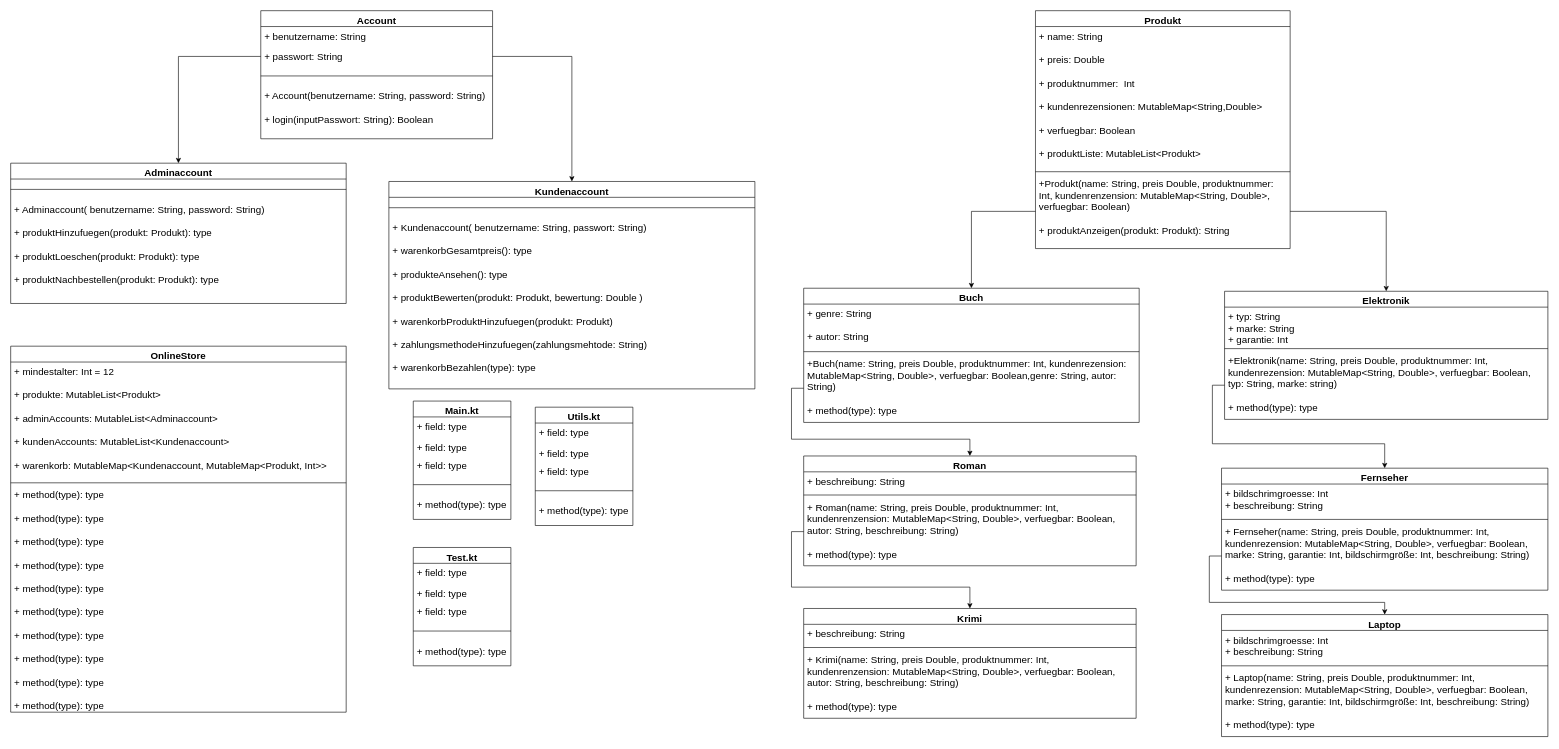
The draw.io diagram Abschlussprojekt Store.drawio in BischofDennis/BischofDennis, before the edit. Source tidied: cells renumbered, new cells numbered last; positions are measured from the earlier drawing's top-left corner, leaving out a move shared by most shapes. Both pictures are drawn from the tidied source at 61%, with x=0, y=0 at pixel (10, 10).
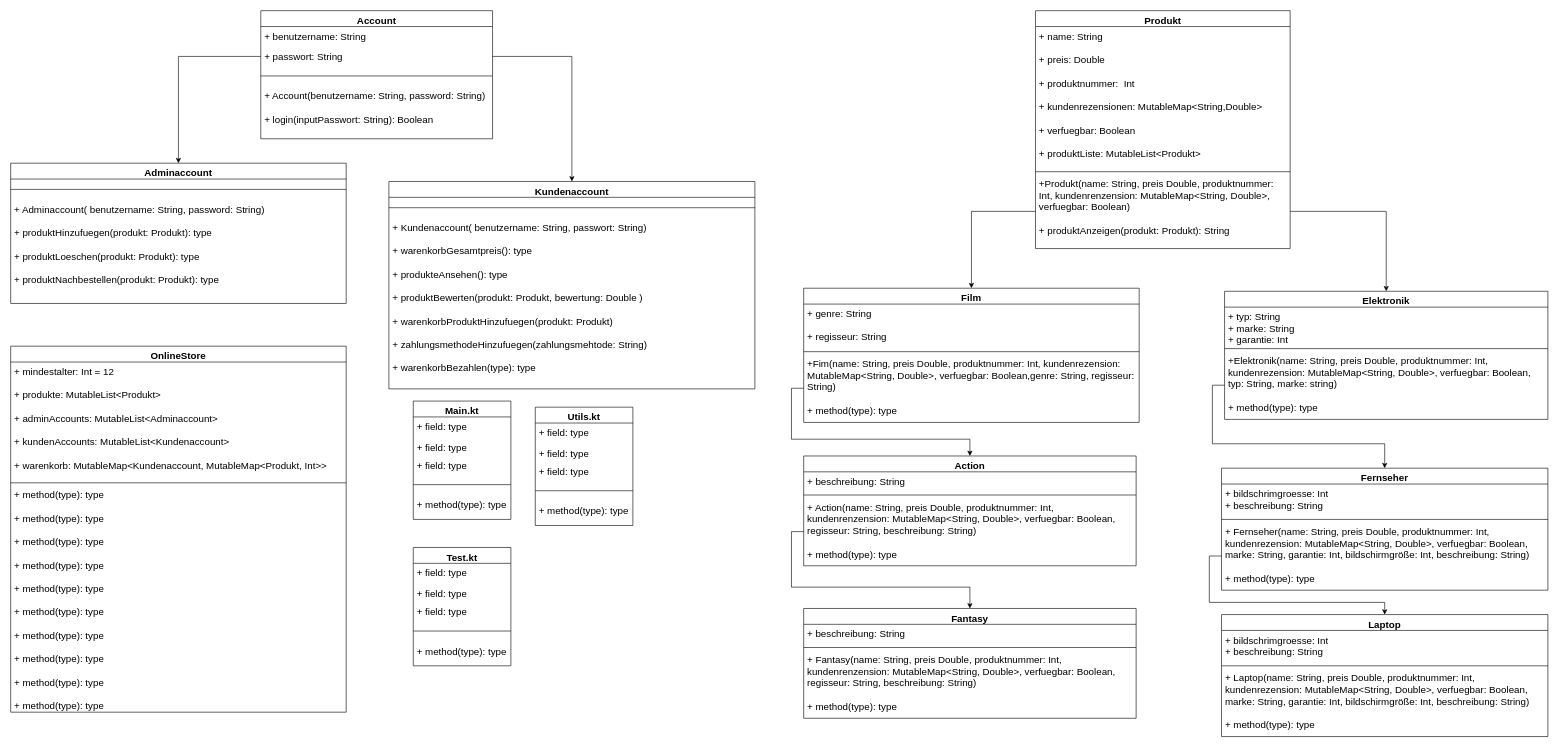
Above is the later version.

Diff of the diagram source:
```diff
@@
-    <mxCell id="23" value="Buch" style="swimlane;fontStyle=1;align=center;verticalAlign=top;horizontal=1;startSize=26;whiteSpace=wrap;html=1;fontSize=16;" parent="1" vertex="1">
+    <mxCell id="23" value="Film" style="swimlane;fontStyle=1;align=center;verticalAlign=top;horizontal=1;startSize=26;whiteSpace=wrap;html=1;fontSize=16;" parent="1" vertex="1">
       <mxGeometry x="1300" y="455" width="550" height="220" as="geometry" />
     </mxCell>
-    <mxCell id="24" value="+ genre: String&lt;br&gt;&lt;br&gt;+ autor: String" style="text;strokeColor=none;fillColor=none;align=left;verticalAlign=top;spacingLeft=4;spacingRight=4;overflow=hidden;whiteSpace=wrap;html=1;fontSize=16;" parent="23" vertex="1">
+    <mxCell id="24" value="+ genre: String&lt;br&gt;&lt;br&gt;+ regisseur: String" style="text;strokeColor=none;fillColor=none;align=left;verticalAlign=top;spacingLeft=4;spacingRight=4;overflow=hidden;whiteSpace=wrap;html=1;fontSize=16;" parent="23" vertex="1">
       <mxGeometry y="26" width="550" height="74" as="geometry" />
     </mxCell>
@@
-    <mxCell id="26" value="+Buch(name: String, preis Double, produktnummer: Int, kundenrezension: MutableMap&amp;lt;String, Double&amp;gt;, verfuegbar: Boolean,genre: String, autor: String)&lt;br&gt;&lt;br&gt;+ method(type): type" style="text;strokeColor=none;fillColor=none;align=left;verticalAlign=top;spacingLeft=4;spacingRight=4;overflow=hidden;points=[[0,0.5],[1,0.5]];portConstraint=eastwest;whiteSpace=wrap;html=1;fontSize=16;" parent="23" vertex="1">
+    <mxCell id="26" value="+Fim(name: String, preis Double, produktnummer: Int, kundenrezension: MutableMap&amp;lt;String, Double&amp;gt;, verfuegbar: Boolean,genre: String, regisseur: String)&lt;br&gt;&lt;br&gt;+ method(type): type" style="text;strokeColor=none;fillColor=none;align=left;verticalAlign=top;spacingLeft=4;spacingRight=4;overflow=hidden;points=[[0,0.5],[1,0.5]];portConstraint=eastwest;whiteSpace=wrap;html=1;fontSize=16;" parent="23" vertex="1">
       <mxGeometry y="108" width="550" height="112" as="geometry" />
     </mxCell>
-    <mxCell id="27" value="Roman" style="swimlane;fontStyle=1;align=center;verticalAlign=top;horizontal=1;startSize=26;whiteSpace=wrap;html=1;fontSize=16;" parent="1" vertex="1">
+    <mxCell id="27" value="Action" style="swimlane;fontStyle=1;align=center;verticalAlign=top;horizontal=1;startSize=26;whiteSpace=wrap;html=1;fontSize=16;" parent="1" vertex="1">
       <mxGeometry x="1300" y="730" width="545" height="180" as="geometry" />
     </mxCell>
@@
-    <mxCell id="30" value="+ Roman(name: String, preis Double, produktnummer: Int, kundenrenzension: MutableMap&amp;lt;String, Double&amp;gt;, verfuegbar: Boolean, autor: String, beschreibung: String)&lt;br&gt;&lt;br&gt;+ method(type): type" style="text;strokeColor=none;fillColor=none;align=left;verticalAlign=top;spacingLeft=4;spacingRight=4;overflow=hidden;points=[[0,0.5],[1,0.5]];portConstraint=eastwest;whiteSpace=wrap;html=1;fontSize=16;" parent="27" vertex="1">
+    <mxCell id="30" value="+ Action(name: String, preis Double, produktnummer: Int, kundenrenzension: MutableMap&amp;lt;String, Double&amp;gt;, verfuegbar: Boolean, regisseur: String, beschreibung: String)&lt;br&gt;&lt;br&gt;+ method(type): type" style="text;strokeColor=none;fillColor=none;align=left;verticalAlign=top;spacingLeft=4;spacingRight=4;overflow=hidden;points=[[0,0.5],[1,0.5]];portConstraint=eastwest;whiteSpace=wrap;html=1;fontSize=16;" parent="27" vertex="1">
       <mxGeometry y="68" width="545" height="112" as="geometry" />
     </mxCell>
@@
-    <mxCell id="59" value="Krimi" style="swimlane;fontStyle=1;align=center;verticalAlign=top;horizontal=1;startSize=26;whiteSpace=wrap;html=1;fontSize=16;" parent="1" vertex="1">
+    <mxCell id="59" value="Fantasy" style="swimlane;fontStyle=1;align=center;verticalAlign=top;horizontal=1;startSize=26;whiteSpace=wrap;html=1;fontSize=16;" parent="1" vertex="1">
       <mxGeometry x="1300" y="980" width="545" height="180" as="geometry" />
     </mxCell>
@@
-    <mxCell id="62" value="+ Krimi(name: String, preis Double, produktnummer: Int, kundenrenzension: MutableMap&amp;lt;String, Double&amp;gt;, verfuegbar: Boolean, autor: String, beschreibung: String)&lt;br&gt;&lt;br&gt;+ method(type): type" style="text;strokeColor=none;fillColor=none;align=left;verticalAlign=top;spacingLeft=4;spacingRight=4;overflow=hidden;whiteSpace=wrap;html=1;fontSize=16;" parent="59" vertex="1">
+    <mxCell id="62" value="+ Fantasy(name: String, preis Double, produktnummer: Int, kundenrenzension: MutableMap&amp;lt;String, Double&amp;gt;, verfuegbar: Boolean, regisseur: String, beschreibung: String)&lt;br&gt;&lt;br&gt;+ method(type): type" style="text;strokeColor=none;fillColor=none;align=left;verticalAlign=top;spacingLeft=4;spacingRight=4;overflow=hidden;whiteSpace=wrap;html=1;fontSize=16;" parent="59" vertex="1">
       <mxGeometry y="68" width="545" height="112" as="geometry" />
     </mxCell>
```
